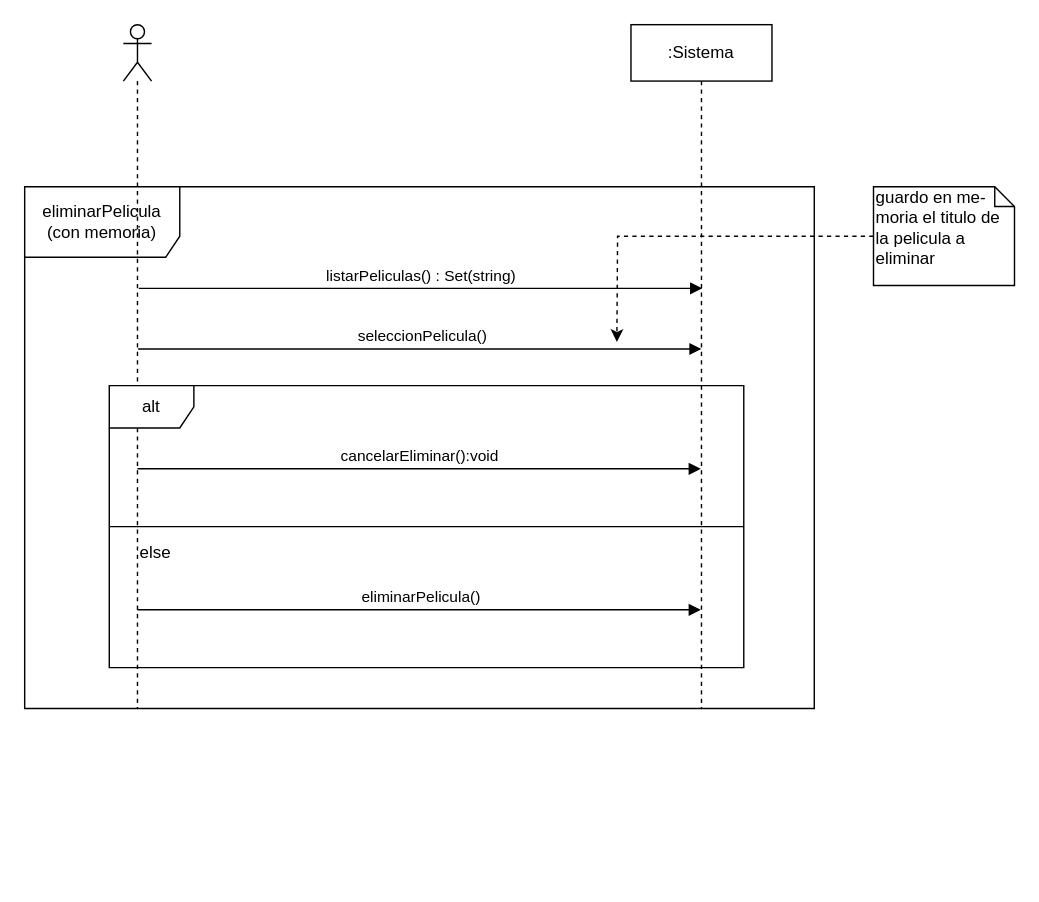
febentancor/ObligatorioPAV keeps this draw.io diagram as DSS_y_Contratos/eliminarPeliculas.drawio. Above is the earlier version. Source tidied: cells renumbered, new cells numbered last; positions are measured from the earlier drawing's top-left corner, leaving out a move shared by most shapes. Both pictures are drawn from the tidied source at 141%, with x=0, y=0 at pixel (24, 24).
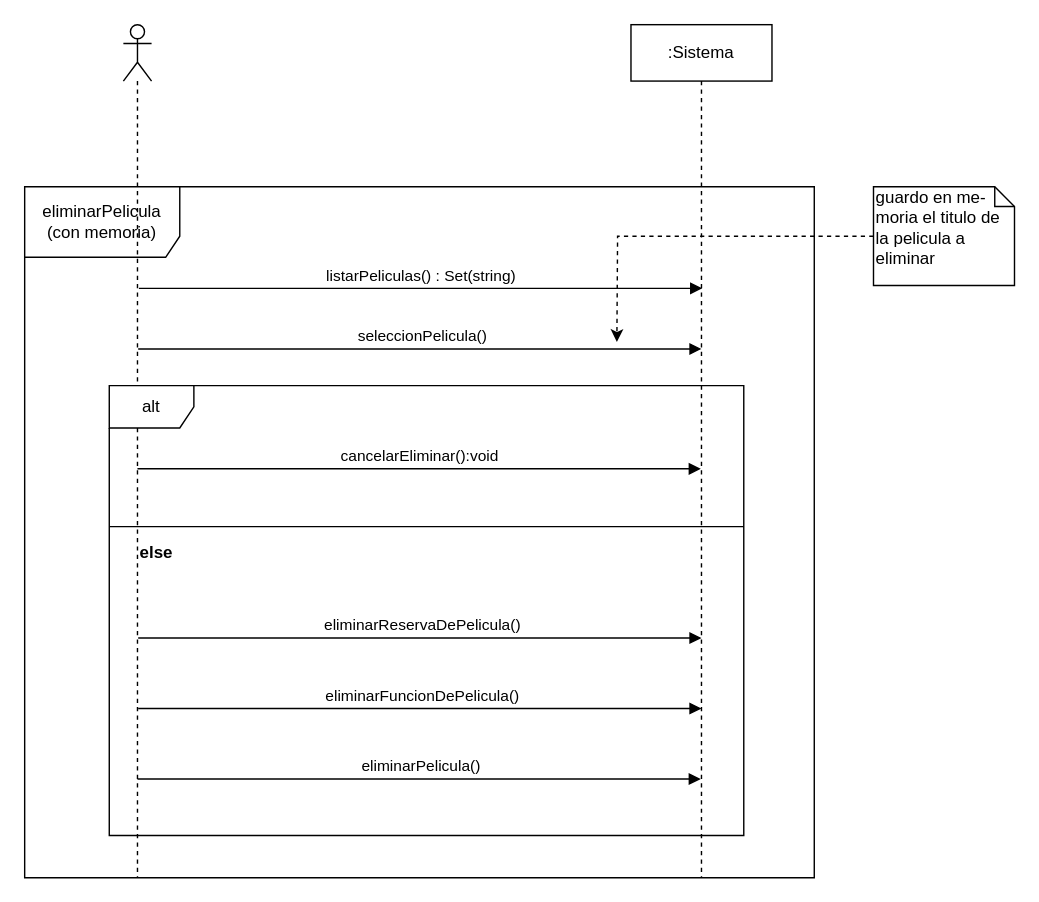
The same diagram, later.

Commit message (it also covers changes not shown here):
correccion eliminar pelicula

Diff of the diagram source:
```diff
@@
     <mxCell id="2" value="&lt;div&gt;eliminarPelicula&lt;/div&gt;&lt;div&gt;(con memoria)&lt;br&gt;&lt;/div&gt;" style="shape=umlFrame;whiteSpace=wrap;html=1;width=110;height=50;" parent="1" vertex="1">
-      <mxGeometry y="115" width="560" height="370" as="geometry" />
+      <mxGeometry y="115" width="560" height="490" as="geometry" />
     </mxCell>
     <mxCell id="3" style="shape=umlLifeline;participant=umlActor;perimeter=lifelinePerimeter;whiteSpace=wrap;html=1;verticalAlign=top;spacingTop=36;labelBackgroundColor=#ffffff;" parent="1" vertex="1">
-      <mxGeometry x="70" width="20" height="485" as="geometry" />
+      <mxGeometry x="70" width="20" height="605" as="geometry" />
     </mxCell>
     <mxCell id="4" value=":Sistema" style="shape=umlLifeline;perimeter=lifelinePerimeter;whiteSpace=wrap;html=1;" parent="1" vertex="1">
-      <mxGeometry x="430" width="100" height="485" as="geometry" />
+      <mxGeometry x="430" width="100" height="605" as="geometry" />
     </mxCell>
@@
     <mxCell id="6" value="alt" style="shape=umlFrame;whiteSpace=wrap;html=1;" parent="1" vertex="1">
-      <mxGeometry x="60" y="256" width="450" height="200" as="geometry" />
+      <mxGeometry x="60" y="256" width="450" height="319" as="geometry" />
     </mxCell>
@@
-    <mxCell id="12" value="else" style="text;html=1;align=left;verticalAlign=top;spacingTop=-4;" parent="1" vertex="1">
+    <mxCell id="12" value="&lt;b&gt;else&lt;/b&gt;" style="text;html=1;align=left;verticalAlign=top;spacingTop=-4;" parent="1" vertex="1">
       <mxGeometry x="80" y="365" width="40" height="20" as="geometry" />
     </mxCell>
     <mxCell id="13" value="eliminarPelicula()" style="html=1;verticalAlign=bottom;endArrow=block;" parent="1" edge="1">
       <mxGeometry relative="1" as="geometry">
-        <mxPoint x="80" y="415" as="sourcePoint" />
-        <mxPoint x="479.5" y="415" as="targetPoint" />
+        <mxPoint x="80" y="535" as="sourcePoint" />
+        <mxPoint x="479.5" y="535" as="targetPoint" />
         <mxPoint x="1" as="offset" />
       </mxGeometry>
     </mxCell>
+    <mxCell id="14" value="eliminarReservaDePelicula()" style="html=1;verticalAlign=bottom;endArrow=block;" parent="1" edge="1">
+      <mxGeometry relative="1" as="geometry">
+        <mxPoint x="80.5" y="435" as="sourcePoint" />
+        <mxPoint x="480" y="435" as="targetPoint" />
+        <mxPoint x="1" as="offset" />
+      </mxGeometry>
+    </mxCell>
+    <mxCell id="15" value="eliminarFuncionDePelicula()" style="html=1;verticalAlign=bottom;endArrow=block;" parent="1" edge="1">
+      <mxGeometry relative="1" as="geometry">
+        <mxPoint x="80.5" y="485" as="sourcePoint" />
+        <mxPoint x="480" y="485" as="targetPoint" />
+        <mxPoint x="1" as="offset" />
+      </mxGeometry>
+    </mxCell>
```
